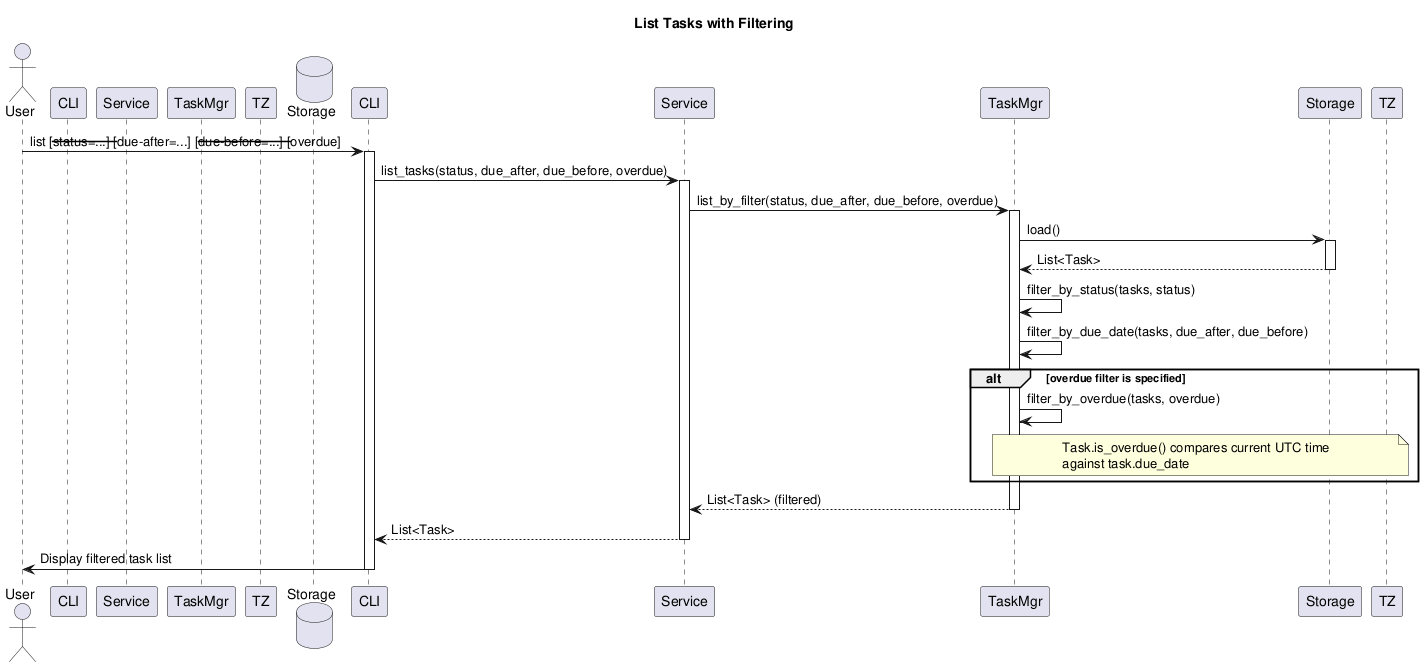
DanielRiha8906/Software_autoevolution_using_agents keeps this PlantUML diagram as experiments/pipeline/structured_text/TODO/artifacts/sequence_diagram.png. Above is the earlier version.
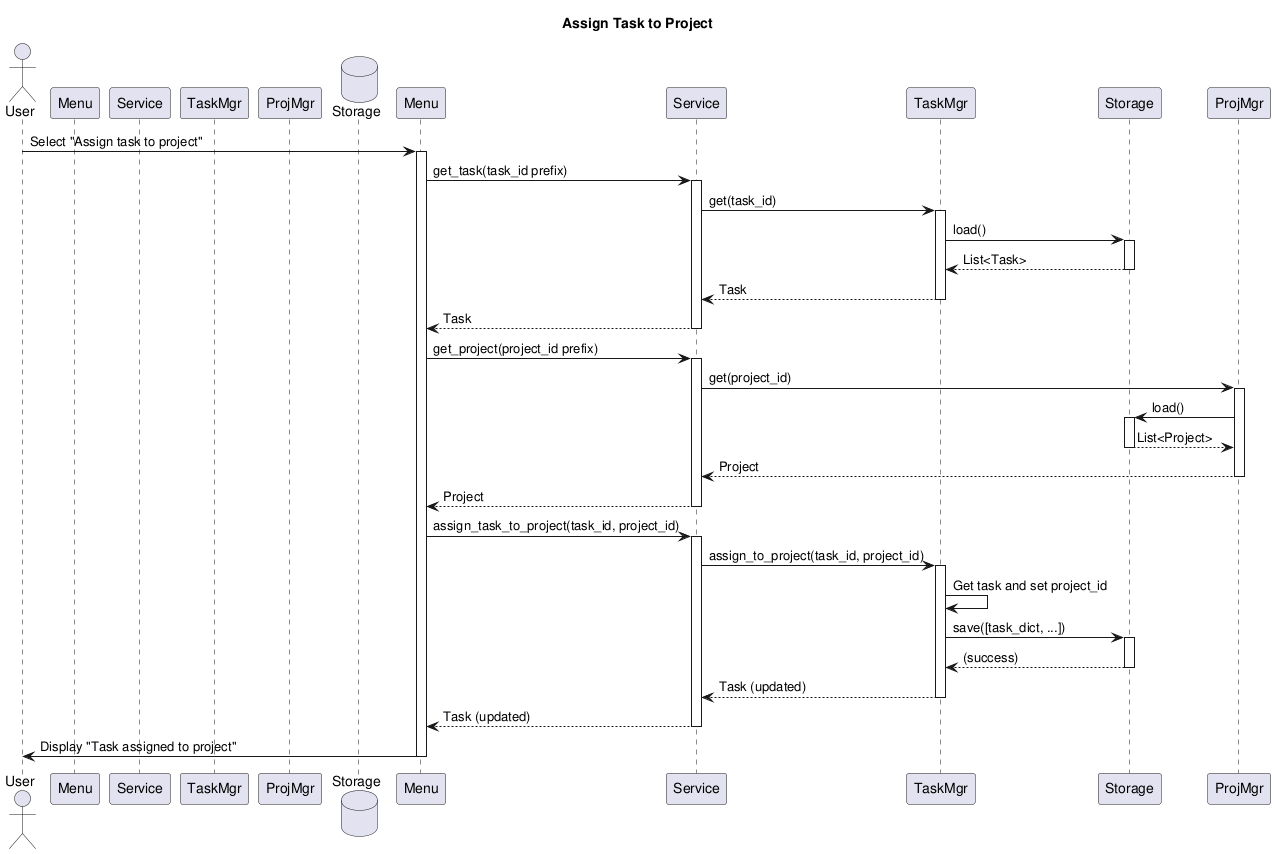
Later version of the same file.

The edit, as a diff of the source:
```diff
@@ -1,44 +1,58 @@
 @startuml sequence_diagram
 
-title List Tasks with Filtering
+title Assign Task to Project
 
 actor User
-participant CLI as TodoCLI
+participant Menu as InteractiveMenu
 participant Service as TodoService
 participant TaskMgr as TaskManager
-participant TZ as TimezoneUtils
+participant ProjMgr as ProjectManager
 database Storage as JsonStorage
 
-User -> CLI: list [--status=...] [--due-after=...] [--due-before=...] [--overdue]
-activate CLI
-CLI -> Service: list_tasks(status, due_after, due_before, overdue)
+User -> Menu: Select "Assign task to project"
+activate Menu
+
+Menu -> Service: get_task(task_id prefix)
 activate Service
-Service -> TaskMgr: list_by_filter(status, due_after, due_before, overdue)
+Service -> TaskMgr: get(task_id)
 activate TaskMgr
-
 TaskMgr -> Storage: load()
 activate Storage
 Storage --> TaskMgr: List<Task>
 deactivate Storage
-
-TaskMgr -> TaskMgr: filter_by_status(tasks, status)
-TaskMgr -> TaskMgr: filter_by_due_date(tasks, due_after, due_before)
-
-alt overdue filter is specified
-  TaskMgr -> TaskMgr: filter_by_overdue(tasks, overdue)
-  note over TaskMgr, TZ
-    Task.is_overdue() compares current UTC time
-    against task.due_date
-  end note
-end
-
-TaskMgr --> Service: List<Task> (filtered)
+TaskMgr --> Service: Task
 deactivate TaskMgr
-
-Service --> CLI: List<Task>
+Service --> Menu: Task
 deactivate Service
 
-CLI -> User: Display filtered task list
-deactivate CLI
+Menu -> Service: get_project(project_id prefix)
+activate Service
+Service -> ProjMgr: get(project_id)
+activate ProjMgr
+ProjMgr -> Storage: load()
+activate Storage
+Storage --> ProjMgr: List<Project>
+deactivate Storage
+ProjMgr --> Service: Project
+deactivate ProjMgr
+Service --> Menu: Project
+deactivate Service
+
+Menu -> Service: assign_task_to_project(task_id, project_id)
+activate Service
+Service -> TaskMgr: assign_to_project(task_id, project_id)
+activate TaskMgr
+TaskMgr -> TaskMgr: Get task and set project_id
+TaskMgr -> Storage: save([task_dict, ...])
+activate Storage
+Storage --> TaskMgr: (success)
+deactivate Storage
+TaskMgr --> Service: Task (updated)
+deactivate TaskMgr
+Service --> Menu: Task (updated)
+deactivate Service
+
+Menu -> User: Display "Task assigned to project"
+deactivate Menu
 
 @enduml
```
